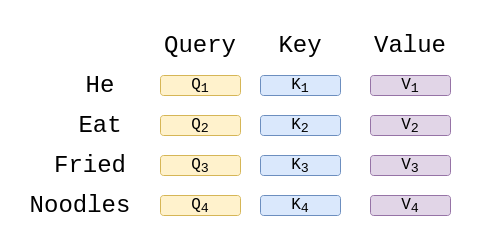
Before: assets/images/qkv_result.png, a diagram exported from draw.io (devennn/devennn.github.io). Source tidied: cells renumbered, new cells last; positions are measured from the earlier drawing's top-left corner, leaving out a move shared by most shapes.
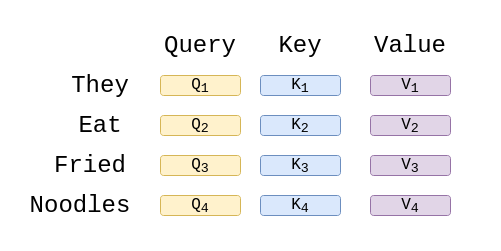
Later version of the same file.

Change to the diagram source:
```diff
@@ -5,7 +5,7 @@
     <mxCell id="2" style="rounded=0;whiteSpace=wrap;html=1;strokeColor=none;" parent="1" vertex="1">
       <mxGeometry width="500" height="250" as="geometry" />
     </mxCell>
-    <mxCell id="3" value="&lt;font style=&quot;font-size: 24px&quot; face=&quot;Courier New&quot;&gt;He&lt;/font&gt;" style="text;html=1;strokeColor=none;fillColor=none;align=center;verticalAlign=middle;whiteSpace=wrap;rounded=0;" parent="1" vertex="1">
+    <mxCell id="3" value="&lt;font style=&quot;font-size: 24px&quot; face=&quot;Courier New&quot;&gt;They&lt;/font&gt;" style="text;html=1;strokeColor=none;fillColor=none;align=center;verticalAlign=middle;whiteSpace=wrap;rounded=0;" parent="1" vertex="1">
       <mxGeometry x="80" y="75" width="40" height="20" as="geometry" />
     </mxCell>
     <mxCell id="4" value="&lt;font style=&quot;font-size: 24px&quot; face=&quot;Courier New&quot;&gt;Noodles&lt;/font&gt;" style="text;html=1;strokeColor=none;fillColor=none;align=center;verticalAlign=middle;whiteSpace=wrap;rounded=0;" parent="1" vertex="1">
```
